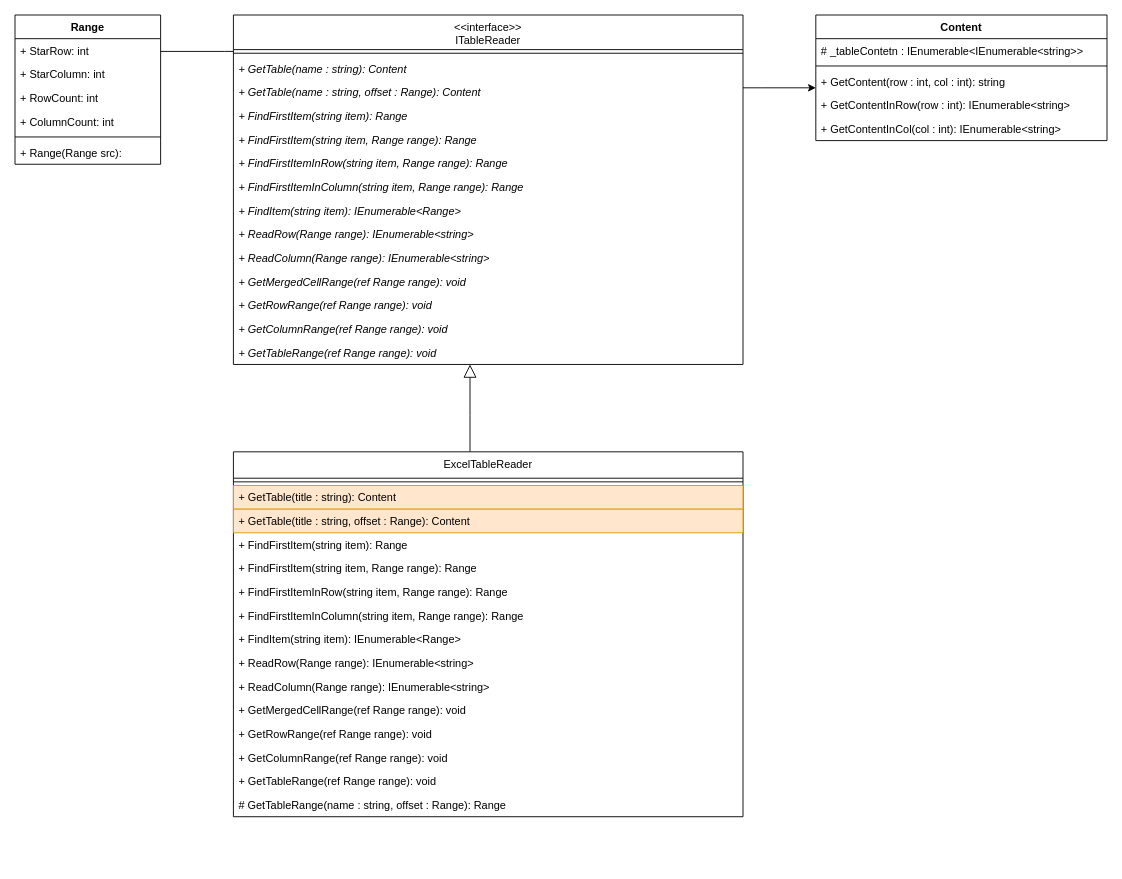
This is TableReader/doc/class_diagram.drawio from CountrySideEngineer/CsMySamples, a draw.io file, before an edit. Source tidied: cells renumbered, new cells numbered last; positions are measured from the earlier drawing's top-left corner, leaving out a move shared by most shapes. Both pictures are drawn from the tidied source at 91%, with x=0, y=0 at pixel (15, 15).
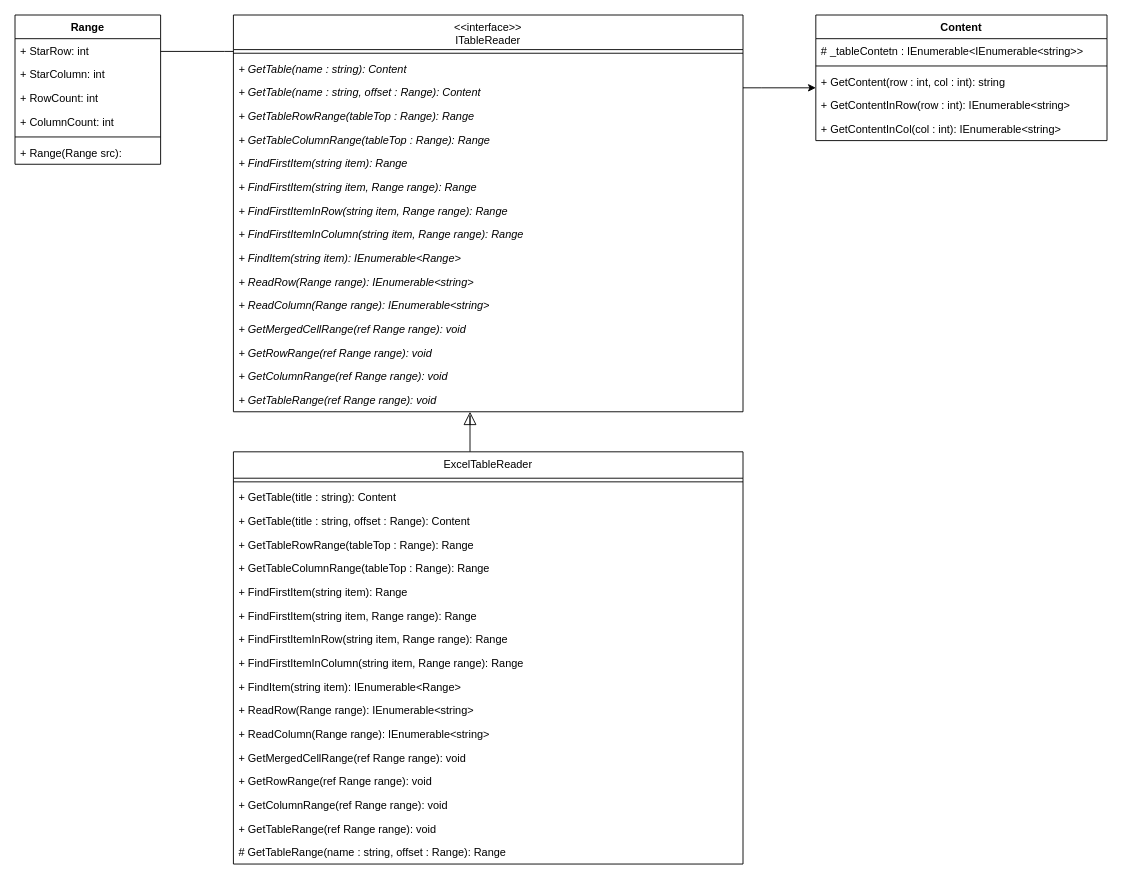
The same diagram, later.

Commit message:
Update design document. Update class diagram.

Diff of the diagram source:
```diff
@@
     <mxCell id="4" value="&lt;&lt;interface&gt;&gt;&#10;ITableReader" style="swimlane;fontStyle=0;align=center;verticalAlign=top;horizontal=1;startSize=38;" parent="1" vertex="1">
-      <mxGeometry x="240" width="560" height="384" as="geometry" />
+      <mxGeometry x="240" width="560" height="436" as="geometry" />
     </mxCell>
@@
+    <mxCell id="49" value="+ GetTableRowRange(tableTop : Range): Range" style="text;strokeColor=none;fillColor=none;align=left;verticalAlign=top;spacingLeft=4;spacingRight=4;overflow=hidden;fontStyle=2;" parent="4" vertex="1">
+      <mxGeometry y="98" width="560" height="26" as="geometry" />
+    </mxCell>
+    <mxCell id="50" value="+ GetTableColumnRange(tableTop : Range): Range" style="text;strokeColor=none;fillColor=none;align=left;verticalAlign=top;spacingLeft=4;spacingRight=4;overflow=hidden;fontStyle=2;" parent="4" vertex="1">
+      <mxGeometry y="124" width="560" height="26" as="geometry" />
+    </mxCell>
     <mxCell id="8" value="+ FindFirstItem(string item): Range" style="text;strokeColor=none;fillColor=none;align=left;verticalAlign=top;spacingLeft=4;spacingRight=4;overflow=hidden;fontStyle=2;" parent="4" vertex="1">
-      <mxGeometry y="98" width="560" height="26" as="geometry" />
+      <mxGeometry y="150" width="560" height="26" as="geometry" />
     </mxCell>
     <mxCell id="9" value="+ FindFirstItem(string item, Range range): Range" style="text;strokeColor=none;fillColor=none;align=left;verticalAlign=top;spacingLeft=4;spacingRight=4;overflow=hidden;fontStyle=2;" parent="4" vertex="1">
-      <mxGeometry y="124" width="560" height="26" as="geometry" />
+      <mxGeometry y="176" width="560" height="26" as="geometry" />
     </mxCell>
     <mxCell id="10" value="+ FindFirstItemInRow(string item, Range range): Range" style="text;strokeColor=none;fillColor=none;align=left;verticalAlign=top;spacingLeft=4;spacingRight=4;overflow=hidden;fontStyle=2;" parent="4" vertex="1">
-      <mxGeometry y="150" width="560" height="26" as="geometry" />
+      <mxGeometry y="202" width="560" height="26" as="geometry" />
     </mxCell>
     <mxCell id="11" value="+ FindFirstItemInColumn(string item, Range range): Range" style="text;strokeColor=none;fillColor=none;align=left;verticalAlign=top;spacingLeft=4;spacingRight=4;overflow=hidden;fontStyle=2;" parent="4" vertex="1">
-      <mxGeometry y="176" width="560" height="26" as="geometry" />
+      <mxGeometry y="228" width="560" height="26" as="geometry" />
     </mxCell>
     <mxCell id="12" value="+ FindItem(string item): IEnumerable&lt;Range&gt;" style="text;strokeColor=none;fillColor=none;align=left;verticalAlign=top;spacingLeft=4;spacingRight=4;overflow=hidden;fontStyle=2;" parent="4" vertex="1">
-      <mxGeometry y="202" width="560" height="26" as="geometry" />
+      <mxGeometry y="254" width="560" height="26" as="geometry" />
     </mxCell>
     <mxCell id="13" value="+ ReadRow(Range range): IEnumerable&lt;string&gt;" style="text;strokeColor=none;fillColor=none;align=left;verticalAlign=top;spacingLeft=4;spacingRight=4;overflow=hidden;fontStyle=2;" parent="4" vertex="1">
-      <mxGeometry y="228" width="560" height="26" as="geometry" />
+      <mxGeometry y="280" width="560" height="26" as="geometry" />
     </mxCell>
     <mxCell id="14" value="+ ReadColumn(Range range): IEnumerable&lt;string&gt;" style="text;strokeColor=none;fillColor=none;align=left;verticalAlign=top;spacingLeft=4;spacingRight=4;overflow=hidden;fontStyle=2;" parent="4" vertex="1">
-      <mxGeometry y="254" width="560" height="26" as="geometry" />
+      <mxGeometry y="306" width="560" height="26" as="geometry" />
     </mxCell>
     <mxCell id="15" value="+ GetMergedCellRange(ref Range range): void" style="text;strokeColor=none;fillColor=none;align=left;verticalAlign=top;spacingLeft=4;spacingRight=4;overflow=hidden;fontStyle=2;" parent="4" vertex="1">
-      <mxGeometry y="280" width="560" height="26" as="geometry" />
+      <mxGeometry y="332" width="560" height="26" as="geometry" />
     </mxCell>
     <mxCell id="16" value="+ GetRowRange(ref Range range): void" style="text;strokeColor=none;fillColor=none;align=left;verticalAlign=top;spacingLeft=4;spacingRight=4;overflow=hidden;fontStyle=2;" parent="4" vertex="1">
-      <mxGeometry y="306" width="560" height="26" as="geometry" />
+      <mxGeometry y="358" width="560" height="26" as="geometry" />
     </mxCell>
     <mxCell id="17" value="+ GetColumnRange(ref Range range): void" style="text;strokeColor=none;fillColor=none;align=left;verticalAlign=top;spacingLeft=4;spacingRight=4;overflow=hidden;fontStyle=2;" parent="4" vertex="1">
-      <mxGeometry y="332" width="560" height="26" as="geometry" />
+      <mxGeometry y="384" width="560" height="26" as="geometry" />
     </mxCell>
     <mxCell id="18" value="+ GetTableRange(ref Range range): void" style="text;strokeColor=none;fillColor=none;align=left;verticalAlign=top;spacingLeft=4;spacingRight=4;overflow=hidden;fontStyle=2;" parent="4" vertex="1">
-      <mxGeometry y="358" width="560" height="26" as="geometry" />
+      <mxGeometry y="410" width="560" height="26" as="geometry" />
     </mxCell>
@@
     <mxCell id="27" value="ExcelTableReader" style="swimlane;fontStyle=0;align=center;verticalAlign=top;horizontal=1;startSize=29;" parent="1" vertex="1">
-      <mxGeometry x="240" y="480" width="560" height="401" as="geometry" />
+      <mxGeometry x="240" y="480" width="560" height="453" as="geometry" />
     </mxCell>
@@
-    <mxCell id="29" value="+ GetTable(title : string): Content" style="text;strokeColor=#d79b00;fillColor=#ffe6cc;align=left;verticalAlign=top;spacingLeft=4;spacingRight=4;overflow=hidden;fontStyle=0;" parent="27" vertex="1">
+    <mxCell id="29" value="+ GetTable(title : string): Content" style="text;strokeColor=none;fillColor=none;align=left;verticalAlign=top;spacingLeft=4;spacingRight=4;overflow=hidden;fontStyle=0;" parent="27" vertex="1">
       <mxGeometry y="37" width="560" height="26" as="geometry" />
     </mxCell>
-    <mxCell id="30" value="+ GetTable(title : string, offset : Range): Content" style="text;strokeColor=#d79b00;fillColor=#ffe6cc;align=left;verticalAlign=top;spacingLeft=4;spacingRight=4;overflow=hidden;fontStyle=0;" parent="27" vertex="1">
+    <mxCell id="30" value="+ GetTable(title : string, offset : Range): Content" style="text;strokeColor=none;fillColor=none;align=left;verticalAlign=top;spacingLeft=4;spacingRight=4;overflow=hidden;fontStyle=0;" parent="27" vertex="1">
       <mxGeometry y="63" width="560" height="26" as="geometry" />
     </mxCell>
+    <mxCell id="51" value="+ GetTableRowRange(tableTop : Range): Range" style="text;strokeColor=none;fillColor=none;align=left;verticalAlign=top;spacingLeft=4;spacingRight=4;overflow=hidden;fontStyle=0;" parent="27" vertex="1">
+      <mxGeometry y="89" width="560" height="26" as="geometry" />
+    </mxCell>
+    <mxCell id="52" value="+ GetTableColumnRange(tableTop : Range): Range" style="text;strokeColor=none;fillColor=none;align=left;verticalAlign=top;spacingLeft=4;spacingRight=4;overflow=hidden;fontStyle=0;" parent="27" vertex="1">
+      <mxGeometry y="115" width="560" height="26" as="geometry" />
+    </mxCell>
     <mxCell id="31" value="+ FindFirstItem(string item): Range" style="text;strokeColor=none;fillColor=none;align=left;verticalAlign=top;spacingLeft=4;spacingRight=4;overflow=hidden;fontStyle=0;" parent="27" vertex="1">
-      <mxGeometry y="89" width="560" height="26" as="geometry" />
+      <mxGeometry y="141" width="560" height="26" as="geometry" />
     </mxCell>
     <mxCell id="32" value="+ FindFirstItem(string item, Range range): Range" style="text;strokeColor=none;fillColor=none;align=left;verticalAlign=top;spacingLeft=4;spacingRight=4;overflow=hidden;fontStyle=0;" parent="27" vertex="1">
-      <mxGeometry y="115" width="560" height="26" as="geometry" />
+      <mxGeometry y="167" width="560" height="26" as="geometry" />
     </mxCell>
     <mxCell id="33" value="+ FindFirstItemInRow(string item, Range range): Range" style="text;strokeColor=none;fillColor=none;align=left;verticalAlign=top;spacingLeft=4;spacingRight=4;overflow=hidden;fontStyle=0;" parent="27" vertex="1">
-      <mxGeometry y="141" width="560" height="26" as="geometry" />
+      <mxGeometry y="193" width="560" height="26" as="geometry" />
     </mxCell>
     <mxCell id="34" value="+ FindFirstItemInColumn(string item, Range range): Range" style="text;strokeColor=none;fillColor=none;align=left;verticalAlign=top;spacingLeft=4;spacingRight=4;overflow=hidden;fontStyle=0;" parent="27" vertex="1">
-      <mxGeometry y="167" width="560" height="26" as="geometry" />
+      <mxGeometry y="219" width="560" height="26" as="geometry" />
     </mxCell>
     <mxCell id="35" value="+ FindItem(string item): IEnumerable&lt;Range&gt;" style="text;strokeColor=none;fillColor=none;align=left;verticalAlign=top;spacingLeft=4;spacingRight=4;overflow=hidden;fontStyle=0;" parent="27" vertex="1">
-      <mxGeometry y="193" width="560" height="26" as="geometry" />
+      <mxGeometry y="245" width="560" height="26" as="geometry" />
     </mxCell>
     <mxCell id="36" value="+ ReadRow(Range range): IEnumerable&lt;string&gt;" style="text;strokeColor=none;fillColor=none;align=left;verticalAlign=top;spacingLeft=4;spacingRight=4;overflow=hidden;fontStyle=0;" parent="27" vertex="1">
-      <mxGeometry y="219" width="560" height="26" as="geometry" />
+      <mxGeometry y="271" width="560" height="26" as="geometry" />
     </mxCell>
     <mxCell id="37" value="+ ReadColumn(Range range): IEnumerable&lt;string&gt;" style="text;strokeColor=none;fillColor=none;align=left;verticalAlign=top;spacingLeft=4;spacingRight=4;overflow=hidden;fontStyle=0;" parent="27" vertex="1">
-      <mxGeometry y="245" width="560" height="26" as="geometry" />
+      <mxGeometry y="297" width="560" height="26" as="geometry" />
     </mxCell>
     <mxCell id="38" value="+ GetMergedCellRange(ref Range range): void" style="text;strokeColor=none;fillColor=none;align=left;verticalAlign=top;spacingLeft=4;spacingRight=4;overflow=hidden;fontStyle=0;" parent="27" vertex="1">
-      <mxGeometry y="271" width="560" height="26" as="geometry" />
+      <mxGeometry y="323" width="560" height="26" as="geometry" />
     </mxCell>
     <mxCell id="39" value="+ GetRowRange(ref Range range): void" style="text;strokeColor=none;fillColor=none;align=left;verticalAlign=top;spacingLeft=4;spacingRight=4;overflow=hidden;fontStyle=0;" parent="27" vertex="1">
-      <mxGeometry y="297" width="560" height="26" as="geometry" />
+      <mxGeometry y="349" width="560" height="26" as="geometry" />
     </mxCell>
     <mxCell id="40" value="+ GetColumnRange(ref Range range): void" style="text;strokeColor=none;fillColor=none;align=left;verticalAlign=top;spacingLeft=4;spacingRight=4;overflow=hidden;fontStyle=0;" parent="27" vertex="1">
-      <mxGeometry y="323" width="560" height="26" as="geometry" />
+      <mxGeometry y="375" width="560" height="26" as="geometry" />
     </mxCell>
     <mxCell id="41" value="+ GetTableRange(ref Range range): void" style="text;strokeColor=none;fillColor=none;align=left;verticalAlign=top;spacingLeft=4;spacingRight=4;overflow=hidden;fontStyle=0;" parent="27" vertex="1">
-      <mxGeometry y="349" width="560" height="26" as="geometry" />
+      <mxGeometry y="401" width="560" height="26" as="geometry" />
     </mxCell>
     <mxCell id="42" value="# GetTableRange(name : string, offset : Range): Range" style="text;strokeColor=none;fillColor=none;align=left;verticalAlign=top;spacingLeft=4;spacingRight=4;overflow=hidden;fontStyle=0;" parent="27" vertex="1">
-      <mxGeometry y="375" width="560" height="26" as="geometry" />
+      <mxGeometry y="427" width="560" height="26" as="geometry" />
     </mxCell>
```
